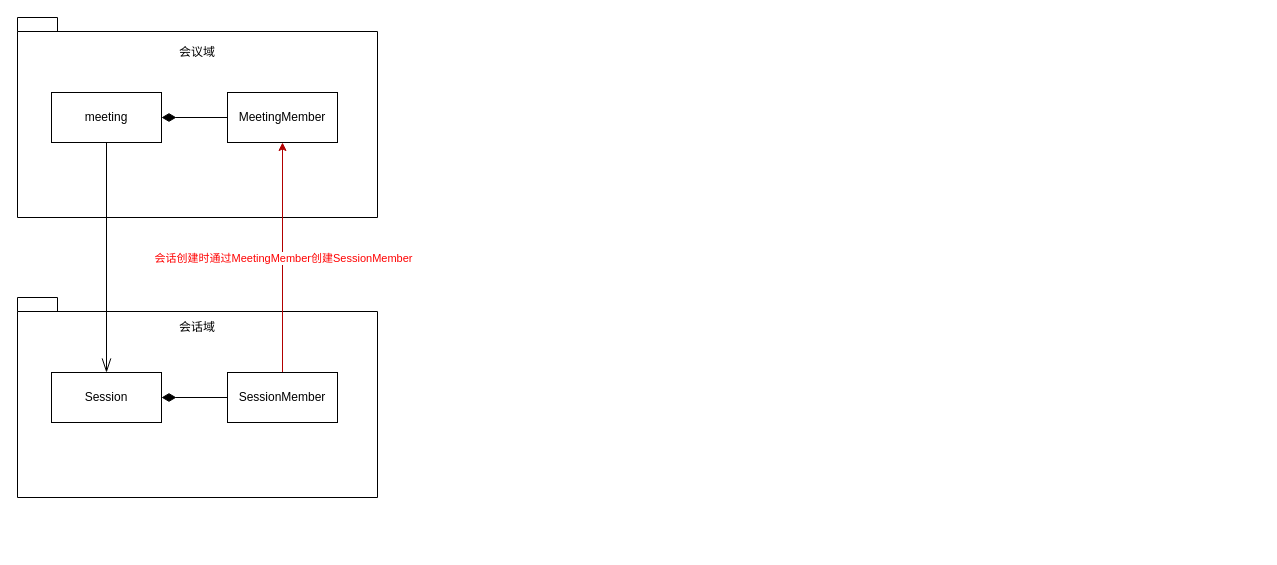
The draw.io diagram 职级.drawio in herozzn/draw, before the edit. Source tidied: cells renumbered, new cells numbered last; positions are measured from the earlier drawing's top-left corner, leaving out a move shared by most shapes. Both pictures are drawn from the tidied source at 100%, with x=0, y=0 at pixel (17, 17).
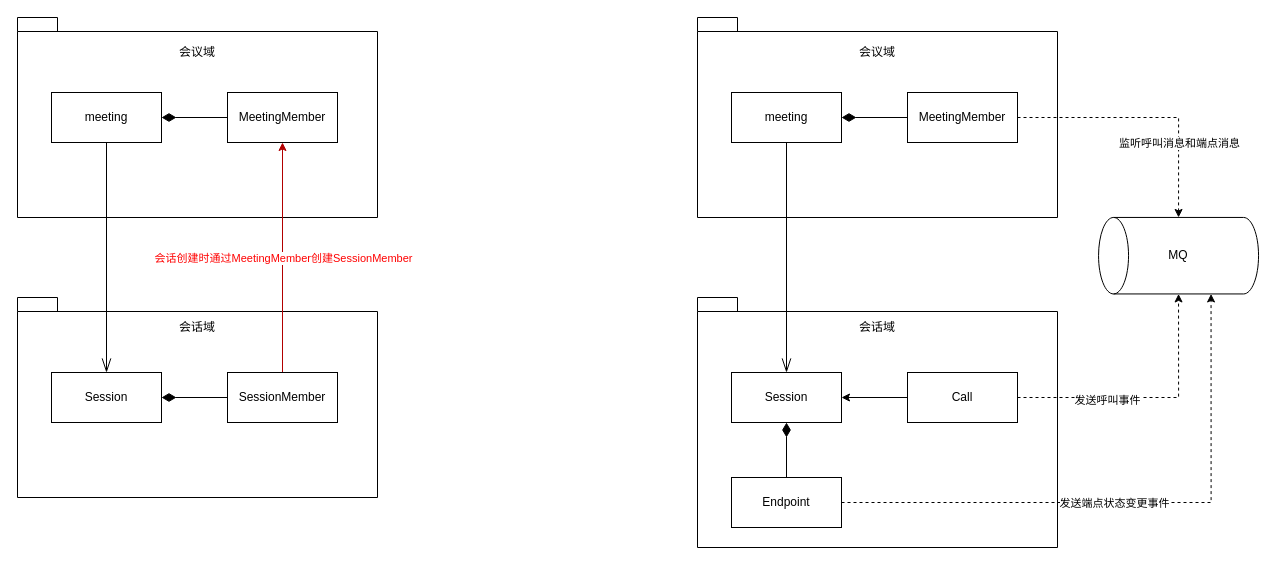
The same diagram, later.

Diff of the diagram source:
```diff
@@
+    <mxCell id="15" style="shape=folder;fontStyle=1;spacingTop=10;tabWidth=40;tabHeight=14;tabPosition=left;html=1;whiteSpace=wrap;" parent="1" vertex="1">
+      <mxGeometry x="680" width="360" height="200" as="geometry" />
+    </mxCell>
+    <mxCell id="16" value="会议域" style="text;html=1;strokeColor=none;fillColor=none;align=center;verticalAlign=middle;whiteSpace=wrap;rounded=0;" parent="1" vertex="1">
+      <mxGeometry x="830" y="20" width="60" height="30" as="geometry" />
+    </mxCell>
+    <mxCell id="17" value="meeting" style="html=1;whiteSpace=wrap;" parent="1" vertex="1">
+      <mxGeometry x="714" y="75" width="110" height="50" as="geometry" />
+    </mxCell>
+    <mxCell id="18" style="edgeStyle=orthogonalEdgeStyle;rounded=0;jettySize=auto;html=1;dashed=1;" parent="1" edge="1" source="20" target="26">
+      <mxGeometry relative="1" as="geometry" />
+    </mxCell>
+    <mxCell id="19" value="监听呼叫消息和端点消息" style="edgeLabel;html=1;align=center;verticalAlign=middle;" parent="18" vertex="1">
+      <mxGeometry x="-0.23" y="1" relative="1" as="geometry">
+        <mxPoint x="60" y="26" as="offset" />
+      </mxGeometry>
+    </mxCell>
+    <mxCell id="20" value="MeetingMember" style="html=1;whiteSpace=wrap;" parent="1" vertex="1">
+      <mxGeometry x="890" y="75" width="110" height="50" as="geometry" />
+    </mxCell>
+    <mxCell id="21" style="endArrow=diamondThin;endFill=1;endSize=12;html=1;rounded=0;exitX=0;exitY=0.5;exitDx=0;exitDy=0;entryX=1;entryY=0.5;entryDx=0;entryDy=0;" parent="1" edge="1" source="20" target="17">
+      <mxGeometry relative="1" as="geometry" />
+    </mxCell>
+    <mxCell id="22" style="shape=folder;fontStyle=1;spacingTop=10;tabWidth=40;tabHeight=14;tabPosition=left;html=1;whiteSpace=wrap;" parent="1" vertex="1">
+      <mxGeometry x="680" y="280" width="360" height="250" as="geometry" />
+    </mxCell>
+    <mxCell id="23" value="会话域" style="text;html=1;strokeColor=none;fillColor=none;align=center;verticalAlign=middle;whiteSpace=wrap;rounded=0;" parent="1" vertex="1">
+      <mxGeometry x="830" y="295" width="60" height="30" as="geometry" />
+    </mxCell>
+    <mxCell id="24" value="Session" style="html=1;whiteSpace=wrap;" parent="1" vertex="1">
+      <mxGeometry x="714" y="355" width="110" height="50" as="geometry" />
+    </mxCell>
+    <mxCell id="25" style="endArrow=openThin;endFill=0;endSize=12;html=1;rounded=0;exitX=0.5;exitY=1;exitDx=0;exitDy=0;entryX=0.5;entryY=0;entryDx=0;entryDy=0;" parent="1" edge="1" source="17" target="24">
+      <mxGeometry relative="1" as="geometry" />
+    </mxCell>
+    <mxCell id="26" style="shape=cylinder3;whiteSpace=wrap;html=1;boundedLbl=1;backgroundOutline=1;size=15;rotation=-90;" parent="1" vertex="1">
+      <mxGeometry x="1122.8" y="158.2" width="76.5" height="160" as="geometry" />
+    </mxCell>
+    <mxCell id="27" value="MQ" style="text;html=1;strokeColor=none;fillColor=none;align=center;verticalAlign=middle;whiteSpace=wrap;rounded=0;" parent="1" vertex="1">
+      <mxGeometry x="1131" y="223.2" width="60" height="30" as="geometry" />
+    </mxCell>
+    <mxCell id="28" style="edgeStyle=orthogonalEdgeStyle;rounded=0;jettySize=auto;html=1;entryX=1;entryY=0.5;entryDx=0;entryDy=0;" parent="1" edge="1" source="29" target="24">
+      <mxGeometry relative="1" as="geometry" />
+    </mxCell>
+    <mxCell id="29" value="Call" style="html=1;whiteSpace=wrap;" parent="1" vertex="1">
+      <mxGeometry x="890" y="355" width="110" height="50" as="geometry" />
+    </mxCell>
+    <mxCell id="30" value="Endpoint" style="html=1;whiteSpace=wrap;" parent="1" vertex="1">
+      <mxGeometry x="714" y="460" width="110" height="50" as="geometry" />
+    </mxCell>
+    <mxCell id="31" style="endArrow=diamondThin;endFill=1;endSize=12;html=1;rounded=0;exitX=0.5;exitY=0;exitDx=0;exitDy=0;entryX=0.5;entryY=1;entryDx=0;entryDy=0;" parent="1" edge="1" source="30" target="24">
+      <mxGeometry relative="1" as="geometry" />
+    </mxCell>
+    <mxCell id="32" style="edgeStyle=orthogonalEdgeStyle;rounded=0;jettySize=auto;html=1;entryX=0;entryY=0;entryDx=0;entryDy=112.5;entryPerimeter=0;dashed=1;" parent="1" edge="1" source="30" target="26">
+      <mxGeometry relative="1" as="geometry" />
+    </mxCell>
+    <mxCell id="33" value="发送端点状态变更事件" style="edgeLabel;html=1;align=center;verticalAlign=middle;" parent="32" vertex="1">
+      <mxGeometry x="-0.06" relative="1" as="geometry" />
+    </mxCell>
+    <mxCell id="34" style="edgeStyle=orthogonalEdgeStyle;rounded=0;jettySize=auto;html=1;exitX=1;exitY=0.5;exitDx=0;exitDy=0;entryX=0;entryY=0.5;entryDx=0;entryDy=0;entryPerimeter=0;dashed=1;" parent="1" edge="1" source="29" target="26">
+      <mxGeometry relative="1" as="geometry" />
+    </mxCell>
+    <mxCell id="35" value="发送呼叫事件" style="edgeLabel;html=1;align=center;verticalAlign=middle;" parent="34" vertex="1">
+      <mxGeometry x="-0.33" y="-2" relative="1" as="geometry" />
+    </mxCell>
```
